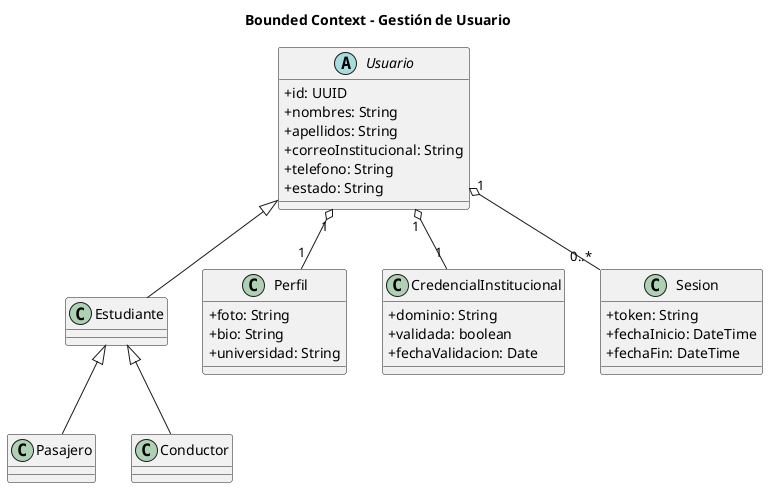
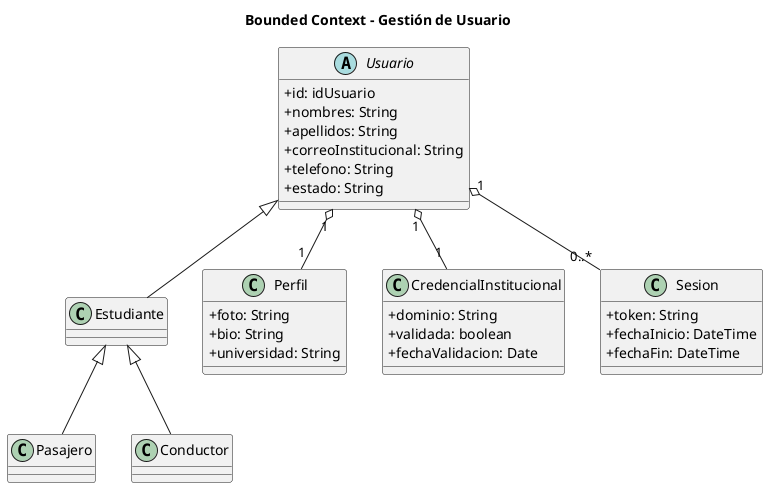
@startuml
skinparam classAttributeIconSize 0

title Bounded Context - Gestión de Usuario

abstract class Usuario {
-   +id: UUID
+   +id: idUsuario
  +nombres: String
  +apellidos: String
  +correoInstitucional: String
  +telefono: String
  +estado: String
}

class Estudiante
class Pasajero
class Conductor

class Perfil {
  +foto: String
  +bio: String
  +universidad: String
}

class CredencialInstitucional {
  +dominio: String
  +validada: boolean
  +fechaValidacion: Date
}

class Sesion {
  +token: String
  +fechaInicio: DateTime
  +fechaFin: DateTime
}

Usuario <|-- Estudiante
Estudiante <|-- Pasajero
Estudiante <|-- Conductor

Usuario "1" o-- "1" Perfil
Usuario "1" o-- "1" CredencialInstitucional
Usuario "1" o-- "0..*" Sesion
@enduml